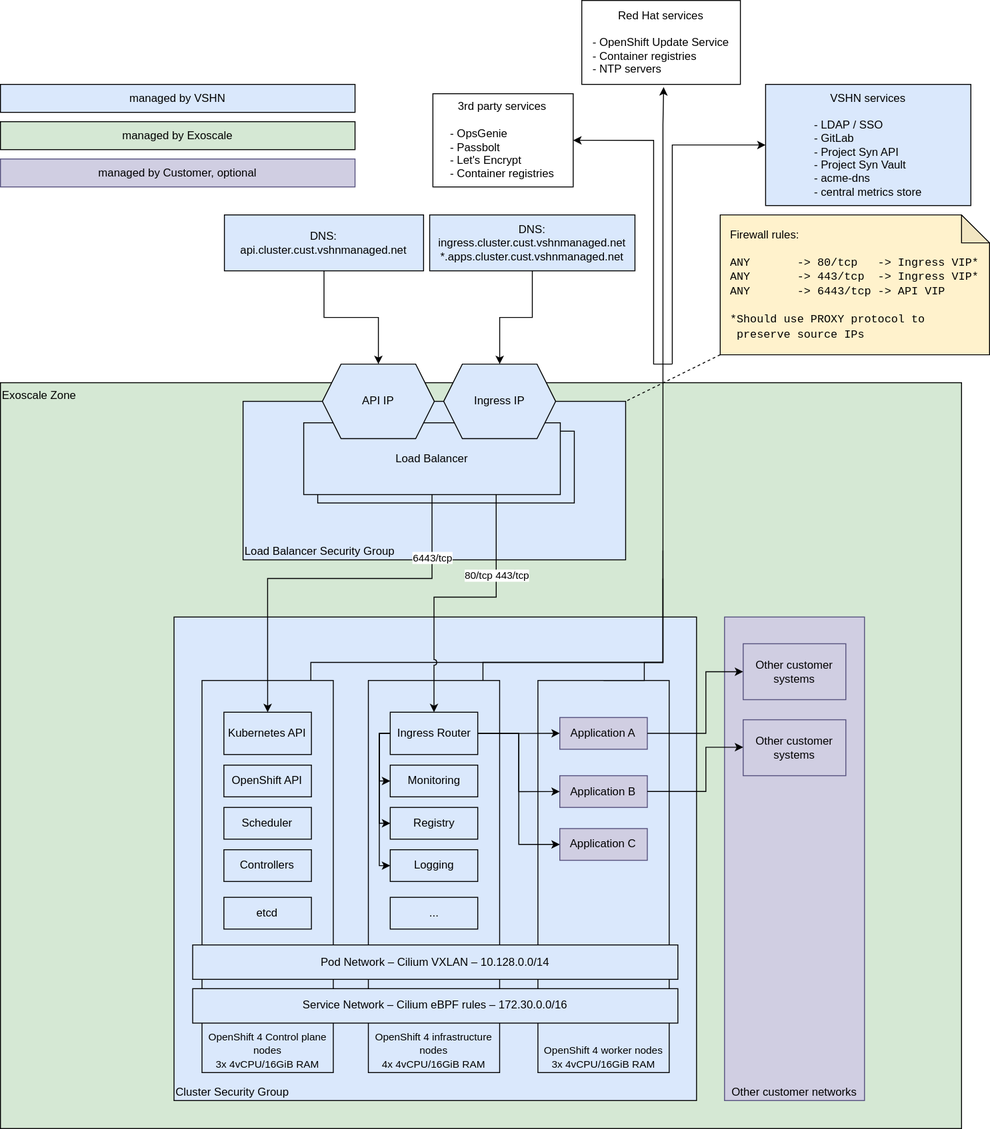
Above: docs/modules/ROOT/assets/images/ocp4-architecture-exoscale.svg in appuio/openshift4-docs (draw.io), before the change. Source tidied: cells renumbered, new cells last; positions are measured from the earlier drawing's top-left corner, leaving out a move shared by most shapes.
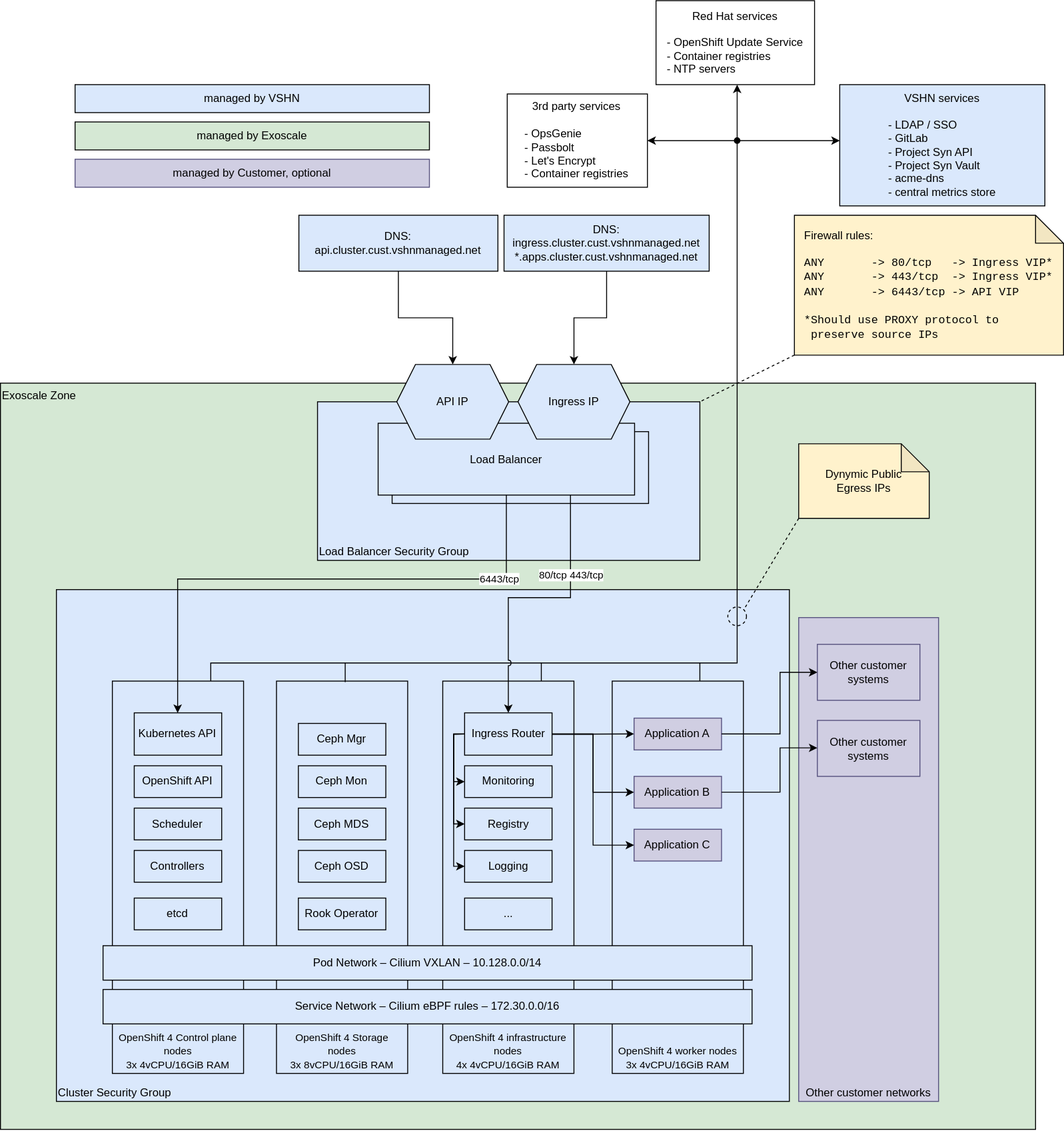
Above is the later version.

Commit message:
Apply suggestions from code review

Change to the diagram source:
```diff
@@ -3,22 +3,21 @@
     <mxCell id="0" />
     <mxCell id="1" parent="0" />
     <mxCell id="2" value="&lt;div align=&quot;left&quot;&gt;Exoscale Zone&lt;br&gt;&lt;/div&gt;" style="rounded=0;whiteSpace=wrap;html=1;fillColor=#d5e8d4;align=left;verticalAlign=top;" parent="1" vertex="1">
-      <mxGeometry y="410" width="1030" height="800" as="geometry" />
+      <mxGeometry x="-80" y="410" width="1110" height="800" as="geometry" />
     </mxCell>
     <mxCell id="3" value="&lt;font color=&quot;#000000&quot;&gt;Cluster Security Group&lt;br&gt;&lt;/font&gt;" style="rounded=0;whiteSpace=wrap;html=1;fontColor=#0066CC;fillColor=#DAE8FC;verticalAlign=bottom;align=left;labelPosition=center;verticalLabelPosition=middle;" parent="1" vertex="1">
-      <mxGeometry x="186" y="661.4" width="560" height="518.6" as="geometry" />
+      <mxGeometry x="-20" y="631.4" width="786" height="548.6" as="geometry" />
     </mxCell>
-    <mxCell id="4" style="edgeStyle=orthogonalEdgeStyle;rounded=0;jettySize=auto;html=1;fontSize=11;fontColor=#000000;exitX=0.829;exitY=0;exitDx=0;exitDy=0;jumpStyle=none;exitPerimeter=0;endArrow=none;endFill=0;" parent="1" edge="1" source="5">
+    <mxCell id="4" style="edgeStyle=orthogonalEdgeStyle;rounded=0;jettySize=auto;html=1;fontSize=11;fontColor=#000000;exitX=0.75;exitY=0;exitDx=0;exitDy=0;jumpStyle=none;endArrow=classic;endFill=1;" parent="1" edge="1" source="59">
       <mxGeometry relative="1" as="geometry">
-        <mxPoint x="710" y="620" as="targetPoint" />
+        <mxPoint x="710" y="90" as="targetPoint" />
         <Array as="points">
-          <mxPoint x="417" y="710" />
+          <mxPoint x="146" y="710" />
           <mxPoint x="710" y="710" />
-          <mxPoint x="710" y="640" />
         </Array>
       </mxGeometry>
     </mxCell>
-    <mxCell id="5" value="&lt;font style=&quot;font-size: 11px&quot;&gt;OpenShift 4 Control plane nodes&lt;br&gt;3x 4vCPU/16GiB RAM&lt;br&gt;&lt;/font&gt;" style="rounded=0;whiteSpace=wrap;html=1;verticalAlign=bottom;fillColor=#dae8fc;" parent="1" vertex="1">
+    <mxCell id="5" value="&lt;font style=&quot;font-size: 11px&quot;&gt;OpenShift 4 Storage&lt;br&gt;nodes&lt;br&gt;3x 8vCPU/16GiB RAM&lt;br&gt;&lt;/font&gt;" style="rounded=0;whiteSpace=wrap;html=1;verticalAlign=bottom;fillColor=#dae8fc;" parent="1" vertex="1">
       <mxGeometry x="216" y="729.4" width="140.7" height="420.6" as="geometry" />
     </mxCell>
     <mxCell id="6" value="&lt;font style=&quot;font-size: 11px&quot;&gt;OpenShift 4 infrastructure nodes&lt;br&gt;4x 4vCPU/16GiB RAM&lt;br&gt;&lt;/font&gt;" style="rounded=0;whiteSpace=wrap;html=1;verticalAlign=bottom;fillColor=#dae8fc;" parent="1" vertex="1">
@@ -27,22 +26,13 @@
     <mxCell id="7" value="&lt;font style=&quot;font-size: 11px&quot;&gt;OpenShift 4 worker nodes&lt;br&gt;3x 4vCPU/16GiB RAM&lt;br&gt;&lt;/font&gt;" style="rounded=0;whiteSpace=wrap;html=1;verticalAlign=bottom;fillColor=#dae8fc;" parent="1" vertex="1">
       <mxGeometry x="576" y="729.4" width="140.7" height="420.6" as="geometry" />
     </mxCell>
-    <mxCell id="8" value="&lt;div align=&quot;center&quot;&gt;Pod Network – Cilium VXLAN – 10.128.0.0/14&lt;/div&gt;" style="rounded=0;whiteSpace=wrap;html=1;align=center;fillColor=#dae8fc;" parent="1" vertex="1">
-      <mxGeometry x="206" y="1013.1" width="520" height="36.9" as="geometry" />
-    </mxCell>
-    <mxCell id="9" value="Kubernetes API" style="rounded=0;whiteSpace=wrap;html=1;fontColor=#000000;fillColor=none;" parent="1" vertex="1">
-      <mxGeometry x="239.4" y="763.5" width="93.8" height="45.4" as="geometry" />
-    </mxCell>
-    <mxCell id="10" value="Scheduler" style="rounded=0;whiteSpace=wrap;html=1;fontColor=#000000;fillColor=none;" parent="1" vertex="1">
+    <mxCell id="10" value="Ceph MDS" style="rounded=0;whiteSpace=wrap;html=1;fontColor=#000000;fillColor=none;" parent="1" vertex="1">
       <mxGeometry x="239.4" y="865.6" width="93.8" height="34" as="geometry" />
     </mxCell>
-    <mxCell id="11" value="Controllers" style="rounded=0;whiteSpace=wrap;html=1;fontColor=#000000;fillColor=none;" parent="1" vertex="1">
+    <mxCell id="11" value="Ceph OSD" style="rounded=0;whiteSpace=wrap;html=1;fontColor=#000000;fillColor=none;" parent="1" vertex="1">
       <mxGeometry x="239.4" y="911" width="93.8" height="34" as="geometry" />
     </mxCell>
-    <mxCell id="12" value="OpenShift API" style="rounded=0;whiteSpace=wrap;html=1;fontColor=#000000;fillColor=none;" parent="1" vertex="1">
-      <mxGeometry x="239.4" y="820.2" width="93.8" height="34" as="geometry" />
-    </mxCell>
-    <mxCell id="13" value="etcd" style="rounded=0;whiteSpace=wrap;html=1;fontColor=#000000;fillColor=none;" parent="1" vertex="1">
+    <mxCell id="13" value="Rook Operator" style="rounded=0;whiteSpace=wrap;html=1;fontColor=#000000;fillColor=none;" parent="1" vertex="1">
       <mxGeometry x="239.4" y="962" width="93.8" height="34" as="geometry" />
     </mxCell>
     <mxCell id="14" value="Ingress Router" style="rounded=0;whiteSpace=wrap;html=1;fontColor=#000000;fillColor=none;" parent="1" vertex="1">
@@ -102,19 +92,6 @@
     <mxCell id="27" style="edgeStyle=orthogonalEdgeStyle;rounded=0;jettySize=auto;html=1;fontSize=11;fontColor=#000000;entryX=0;entryY=0.5;entryDx=0;entryDy=0;" parent="1" edge="1" source="14" target="26">
       <mxGeometry relative="1" as="geometry" />
     </mxCell>
-    <mxCell id="28" style="edgeStyle=orthogonalEdgeStyle;rounded=0;jettySize=auto;html=1;fontSize=11;fontColor=#000000;exitX=0.873;exitY=0;exitDx=0;exitDy=0;startArrow=none;exitPerimeter=0;endArrow=none;endFill=0;" parent="1" edge="1" source="6">
-      <mxGeometry relative="1" as="geometry">
-        <mxPoint x="710" y="590" as="targetPoint" />
-        <Array as="points">
-          <mxPoint x="601" y="710" />
-          <mxPoint x="710" y="710" />
-          <mxPoint x="710" y="610" />
-        </Array>
-      </mxGeometry>
-    </mxCell>
-    <mxCell id="29" value="&lt;div align=&quot;center&quot;&gt;Service Network – Cilium eBPF rules – 172.30.0.0/16&lt;/div&gt;" style="rounded=0;whiteSpace=wrap;html=1;align=center;fillColor=#dae8fc;" parent="1" vertex="1">
-      <mxGeometry x="206" y="1060" width="520" height="36.9" as="geometry" />
-    </mxCell>
     <mxCell id="30" value="&lt;div&gt;Load Balancer Security Group&lt;br&gt;&lt;/div&gt;" style="rounded=0;whiteSpace=wrap;html=1;fillColor=#DAE8FC;align=left;verticalAlign=bottom;" parent="1" vertex="1">
       <mxGeometry x="260" y="430" width="410" height="170" as="geometry" />
     </mxCell>
@@ -145,23 +122,6 @@
     <mxCell id="39" value="Other customer systems" style="rounded=0;whiteSpace=wrap;html=1;strokeColor=#56517e;fillColor=#d0cee2;align=center;" parent="1" vertex="1">
       <mxGeometry x="796" y="771.5" width="110" height="60" as="geometry" />
     </mxCell>
-    <mxCell id="40" style="edgeStyle=orthogonalEdgeStyle;rounded=0;jumpStyle=arc;jettySize=auto;html=1;entryX=0;entryY=0.5;entryDx=0;entryDy=0;endArrow=classic;endFill=1;fontColor=#000000;" parent="1" edge="1" target="42">
-      <mxGeometry relative="1" as="geometry">
-        <mxPoint x="720" y="390" as="sourcePoint" />
-        <Array as="points">
-          <mxPoint x="720" y="155" />
-        </Array>
-      </mxGeometry>
-    </mxCell>
-    <mxCell id="41" style="edgeStyle=orthogonalEdgeStyle;rounded=0;jumpStyle=none;jettySize=auto;html=1;entryX=1;entryY=0.5;entryDx=0;entryDy=0;endArrow=classic;endFill=1;fontColor=#000000;" parent="1" edge="1" target="44">
-      <mxGeometry relative="1" as="geometry">
-        <mxPoint x="710" y="390" as="sourcePoint" />
-        <Array as="points">
-          <mxPoint x="700" y="390" />
-          <mxPoint x="700" y="150" />
-        </Array>
-      </mxGeometry>
-    </mxCell>
     <mxCell id="42" value="VSHN services&lt;br&gt;&lt;br&gt;&lt;div align=&quot;left&quot;&gt;- LDAP / SSO&lt;br&gt;- GitLab&lt;br&gt;- Project Syn API&lt;br&gt;- Project Syn Vault&lt;br&gt;- acme-dns&lt;br&gt;- central metrics store&lt;br&gt;&lt;/div&gt;" style="rounded=0;whiteSpace=wrap;html=1;strokeColor=#000000;fillColor=#dae8fc;align=center;" parent="1" vertex="1">
       <mxGeometry x="820" y="90" width="220" height="130" as="geometry" />
     </mxCell>
@@ -196,38 +156,9 @@
     <mxCell id="49" value="managed by Customer, optional" style="rounded=0;whiteSpace=wrap;html=1;align=center;fillColor=#d0cee2;strokeColor=#56517e;" parent="1" vertex="1">
       <mxGeometry y="170" width="380" height="30" as="geometry" />
     </mxCell>
-    <mxCell id="50" style="edgeStyle=orthogonalEdgeStyle;rounded=0;jettySize=auto;html=1;fontSize=11;fontColor=#000000;exitX=0.5;exitY=0;exitDx=0;exitDy=0;endArrow=none;endFill=0;" parent="1" edge="1" source="7">
-      <mxGeometry relative="1" as="geometry">
-        <mxPoint x="720" y="390" as="targetPoint" />
-        <Array as="points">
-          <mxPoint x="690" y="729" />
-          <mxPoint x="690" y="710" />
-          <mxPoint x="710" y="710" />
-          <mxPoint x="710" y="390" />
-        </Array>
-      </mxGeometry>
-    </mxCell>
-    <mxCell id="51" style="edgeStyle=orthogonalEdgeStyle;rounded=0;jumpStyle=none;jettySize=auto;html=1;entryX=0.516;entryY=1.033;entryDx=0;entryDy=0;endArrow=classic;endFill=1;fontColor=#000000;entryPerimeter=0;" parent="1" edge="1" target="43">
-      <mxGeometry relative="1" as="geometry">
-        <mxPoint x="710" y="390" as="sourcePoint" />
-        <Array as="points">
-          <mxPoint x="710" y="373" />
-          <mxPoint x="710" y="133" />
-          <mxPoint x="711" y="133" />
-        </Array>
-      </mxGeometry>
-    </mxCell>
     <mxCell id="52" style="rounded=0;whiteSpace=wrap;html=1;fontColor=#000000;fillColor=#DAE8FC;" parent="1" vertex="1">
       <mxGeometry x="340" y="462" width="275" height="77" as="geometry" />
     </mxCell>
-    <mxCell id="53" value="6443/tcp" style="edgeStyle=orthogonalEdgeStyle;rounded=0;jettySize=auto;html=1;fontSize=11;fontColor=#000000;exitX=0.5;exitY=1;exitDx=0;exitDy=0;entryX=0.5;entryY=0;entryDx=0;entryDy=0;" parent="1" edge="1" source="56" target="9">
-      <mxGeometry x="-0.67" relative="1" as="geometry">
-        <Array as="points">
-          <mxPoint x="463" y="620" />
-          <mxPoint x="286" y="620" />
-        </Array>
-      </mxGeometry>
-    </mxCell>
     <mxCell id="54" style="edgeStyle=orthogonalEdgeStyle;rounded=0;jettySize=auto;html=1;fontSize=11;fontColor=#000000;entryX=0.5;entryY=0;entryDx=0;entryDy=0;jumpStyle=arc;exitX=0.75;exitY=1;exitDx=0;exitDy=0;" parent="1" edge="1" source="56" target="14">
       <mxGeometry relative="1" as="geometry">
         <Array as="points">
@@ -250,5 +181,83 @@
     <mxCell id="58" value="&lt;div&gt;Ingress IP&lt;br&gt;&lt;/div&gt;" style="shape=hexagon;perimeter=hexagonPerimeter2;whiteSpace=wrap;html=1;fixedSize=1;fillColor=#DAE8FC;align=center;" parent="1" vertex="1">
       <mxGeometry x="475" y="390" width="120" height="80" as="geometry" />
     </mxCell>
+    <mxCell id="59" value="&lt;font style=&quot;font-size: 11px&quot;&gt;OpenShift 4 Control plane nodes&lt;br&gt;3x 4vCPU/16GiB RAM&lt;br&gt;&lt;/font&gt;" style="rounded=0;whiteSpace=wrap;html=1;verticalAlign=bottom;fillColor=#dae8fc;" parent="1" vertex="1">
+      <mxGeometry x="40" y="729.4" width="140.7" height="420.6" as="geometry" />
+    </mxCell>
+    <mxCell id="9" value="Kubernetes API" style="rounded=0;whiteSpace=wrap;html=1;fontColor=#000000;fillColor=none;" parent="1" vertex="1">
+      <mxGeometry x="63.4" y="763.5" width="93.8" height="45.4" as="geometry" />
+    </mxCell>
+    <mxCell id="60" value="Scheduler" style="rounded=0;whiteSpace=wrap;html=1;fontColor=#000000;fillColor=none;" parent="1" vertex="1">
+      <mxGeometry x="63.4" y="865.6" width="93.8" height="34" as="geometry" />
+    </mxCell>
+    <mxCell id="61" value="Controllers" style="rounded=0;whiteSpace=wrap;html=1;fontColor=#000000;fillColor=none;" parent="1" vertex="1">
+      <mxGeometry x="63.4" y="911" width="93.8" height="34" as="geometry" />
+    </mxCell>
+    <mxCell id="12" value="OpenShift API" style="rounded=0;whiteSpace=wrap;html=1;fontColor=#000000;fillColor=none;" parent="1" vertex="1">
+      <mxGeometry x="63.4" y="820.2" width="93.8" height="34" as="geometry" />
+    </mxCell>
+    <mxCell id="62" value="etcd" style="rounded=0;whiteSpace=wrap;html=1;fontColor=#000000;fillColor=none;" parent="1" vertex="1">
+      <mxGeometry x="63.4" y="962" width="93.8" height="34" as="geometry" />
+    </mxCell>
+    <mxCell id="29" value="&lt;div align=&quot;center&quot;&gt;Service Network – Cilium eBPF rules – 172.30.0.0/16&lt;/div&gt;" style="rounded=0;whiteSpace=wrap;html=1;align=center;fillColor=#dae8fc;" parent="1" vertex="1">
+      <mxGeometry x="30" y="1060" width="696" height="36.9" as="geometry" />
+    </mxCell>
+    <mxCell id="8" value="&lt;div align=&quot;center&quot;&gt;Pod Network – Cilium VXLAN – 10.128.0.0/14&lt;/div&gt;" style="rounded=0;whiteSpace=wrap;html=1;align=center;fillColor=#dae8fc;" parent="1" vertex="1">
+      <mxGeometry x="30" y="1013.1" width="696" height="36.9" as="geometry" />
+    </mxCell>
+    <mxCell id="63" style="endArrow=classic;html=1;rounded=0;startArrow=oval;startFill=1;entryX=0;entryY=0.462;entryDx=0;entryDy=0;entryPerimeter=0;" parent="1" edge="1" target="42">
+      <mxGeometry relative="1" as="geometry">
+        <mxPoint x="710" y="150" as="sourcePoint" />
+      </mxGeometry>
+    </mxCell>
+    <mxCell id="64" style="endArrow=classic;html=1;rounded=0;startArrow=none;startFill=0;entryX=1;entryY=0.5;entryDx=0;entryDy=0;" parent="1" edge="1" target="44">
+      <mxGeometry relative="1" as="geometry">
+        <mxPoint x="710" y="150" as="sourcePoint" />
+      </mxGeometry>
+    </mxCell>
+    <mxCell id="53" value="6443/tcp" style="edgeStyle=orthogonalEdgeStyle;rounded=0;jettySize=auto;html=1;fontSize=11;fontColor=#000000;exitX=0.5;exitY=1;exitDx=0;exitDy=0;entryX=0.5;entryY=0;entryDx=0;entryDy=0;jumpStyle=arc;" parent="1" edge="1" source="56" target="9">
+      <mxGeometry x="-0.67" relative="1" as="geometry">
+        <Array as="points">
+          <mxPoint x="463" y="620" />
+          <mxPoint x="110" y="620" />
+          <mxPoint x="110" y="764" />
+        </Array>
+      </mxGeometry>
+    </mxCell>
+    <mxCell id="65" style="endArrow=none;html=1;rounded=0;exitX=0.394;exitY=0.19;exitDx=0;exitDy=0;entryX=0.394;entryY=0.152;entryDx=0;entryDy=0;entryPerimeter=0;exitPerimeter=0;" parent="1" edge="1">
+      <mxGeometry relative="1" as="geometry">
+        <mxPoint x="289.7" y="730.6" as="sourcePoint" />
+        <mxPoint x="289.7" y="709.7" as="targetPoint" />
+      </mxGeometry>
+    </mxCell>
+    <mxCell id="66" style="endArrow=none;html=1;rounded=0;exitX=0.394;exitY=0.19;exitDx=0;exitDy=0;entryX=0.394;entryY=0.152;entryDx=0;entryDy=0;entryPerimeter=0;exitPerimeter=0;" parent="1" edge="1">
+      <mxGeometry relative="1" as="geometry">
+        <mxPoint x="500" y="729.4" as="sourcePoint" />
+        <mxPoint x="500" y="709.4" as="targetPoint" />
+      </mxGeometry>
+    </mxCell>
+    <mxCell id="67" style="endArrow=none;html=1;rounded=0;exitX=0.394;exitY=0.19;exitDx=0;exitDy=0;entryX=0.394;entryY=0.152;entryDx=0;entryDy=0;entryPerimeter=0;exitPerimeter=0;" parent="1" edge="1">
+      <mxGeometry relative="1" as="geometry">
+        <mxPoint x="670" y="729.4" as="sourcePoint" />
+        <mxPoint x="670" y="709.4" as="targetPoint" />
+      </mxGeometry>
+    </mxCell>
+    <mxCell id="68" value="Dynymic Public&lt;br&gt;Egress IPs" style="shape=note;whiteSpace=wrap;html=1;backgroundOutline=1;darkOpacity=0.05;fillColor=#fff2cc;align=center;" parent="1" vertex="1">
+      <mxGeometry x="776" y="475" width="140" height="80" as="geometry" />
+    </mxCell>
+    <mxCell id="69" style="rounded=0;jettySize=auto;html=1;endArrow=none;endFill=0;dashed=1;exitX=0;exitY=1;exitDx=0;exitDy=0;exitPerimeter=0;entryX=1;entryY=0;entryDx=0;entryDy=0;" parent="1" edge="1" target="70">
+      <mxGeometry relative="1" as="geometry">
+        <mxPoint x="776" y="555" as="sourcePoint" />
+      </mxGeometry>
+    </mxCell>
+    <mxCell id="70" style="ellipse;whiteSpace=wrap;html=1;fillColor=none;dashed=1;" parent="1" vertex="1">
+      <mxGeometry x="700" y="650" width="20" height="20" as="geometry" />
+    </mxCell>
+    <mxCell id="71" value="Ceph Mon" style="rounded=0;whiteSpace=wrap;html=1;fontColor=#000000;fillColor=none;" parent="1" vertex="1">
+      <mxGeometry x="239.4" y="820.2" width="93.8" height="34" as="geometry" />
+    </mxCell>
+    <mxCell id="72" value="Ceph Mgr" style="rounded=0;whiteSpace=wrap;html=1;fontColor=#000000;fillColor=none;" parent="1" vertex="1">
+      <mxGeometry x="239.4" y="774.8" width="93.8" height="34" as="geometry" />
+    </mxCell>
   </root>
 </mxGraphModel>
```
